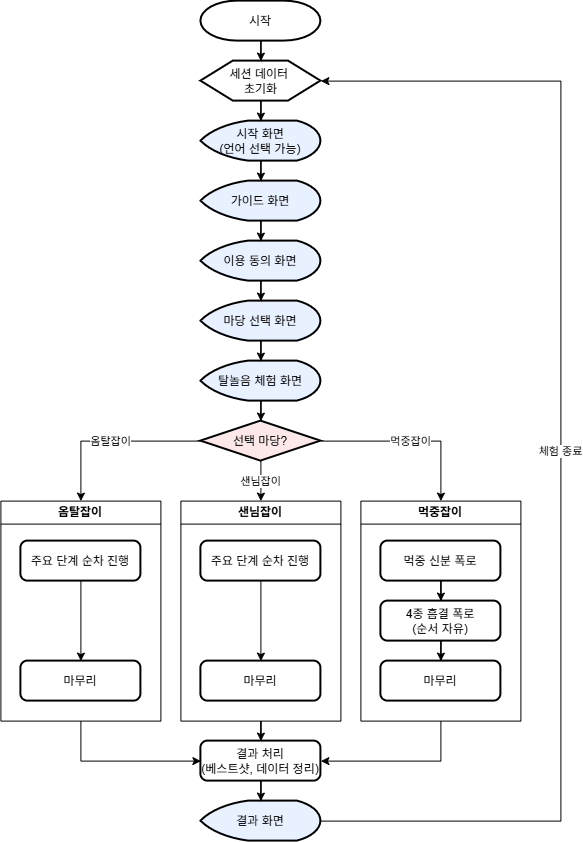
Earlier version of the draw.io export assets/시범콘텐츠/탈놀음/플로우.png (company-cellbig/kocca30). Source tidied: cells renumbered, new cells last; positions are measured from the earlier drawing's top-left corner, leaving out a move shared by most shapes.
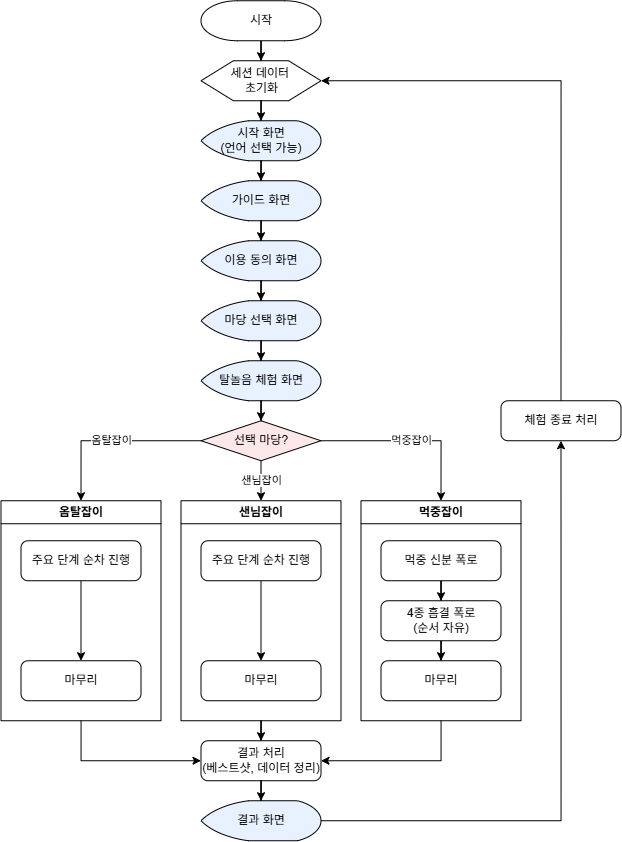
The same file after the commit.

Diff of the diagram source:
```diff
@@ -2,135 +2,140 @@
   <root>
     <mxCell id="0" />
     <mxCell id="1" parent="0" />
-    <mxCell id="2" value="세션 데이터&amp;nbsp;&lt;div&gt;초기화&lt;/div&gt;" style="verticalLabelPosition=middle;verticalAlign=middle;html=1;shape=hexagon;perimeter=hexagonPerimeter2;arcSize=6;size=0.27;labelPosition=center;align=center;strokeWidth=2;" parent="1" vertex="1">
+    <mxCell id="2" value="세션 데이터&amp;nbsp;&lt;div&gt;초기화&lt;/div&gt;" style="verticalLabelPosition=middle;verticalAlign=middle;html=1;shape=hexagon;perimeter=hexagonPerimeter2;arcSize=6;size=0.27;labelPosition=center;align=center;strokeWidth=1;" parent="1" vertex="1">
       <mxGeometry x="200" y="60" width="120" height="40" as="geometry" />
     </mxCell>
-    <mxCell id="3" style="edgeStyle=orthogonalEdgeStyle;rounded=0;jettySize=auto;html=1;entryX=0.5;entryY=0;entryDx=0;entryDy=0;" parent="1" edge="1" source="4" target="2">
+    <mxCell id="3" style="edgeStyle=orthogonalEdgeStyle;rounded=0;jettySize=auto;html=1;entryX=0.5;entryY=0;entryDx=0;entryDy=0;strokeWidth=1;" parent="1" edge="1" source="4" target="2">
       <mxGeometry relative="1" as="geometry" />
     </mxCell>
-    <mxCell id="4" value="시작" style="strokeWidth=2;html=1;shape=mxgraph.flowchart.terminator;whiteSpace=wrap;" parent="1" vertex="1">
+    <mxCell id="4" value="시작" style="strokeWidth=1;html=1;shape=mxgraph.flowchart.terminator;whiteSpace=wrap;" parent="1" vertex="1">
       <mxGeometry x="200" width="120" height="40" as="geometry" />
     </mxCell>
-    <mxCell id="5" value="시작 화면&lt;div&gt;(언어 선택 가능)&lt;/div&gt;" style="strokeWidth=2;html=1;shape=mxgraph.flowchart.display;whiteSpace=wrap;fillColor=#E8F1FF;" parent="1" vertex="1">
+    <mxCell id="5" value="시작 화면&lt;div&gt;(언어 선택 가능)&lt;/div&gt;" style="strokeWidth=1;html=1;shape=mxgraph.flowchart.display;whiteSpace=wrap;fillColor=#E8F1FF;" parent="1" vertex="1">
       <mxGeometry x="200" y="120" width="120" height="40" as="geometry" />
     </mxCell>
-    <mxCell id="6" style="edgeStyle=orthogonalEdgeStyle;rounded=0;jettySize=auto;html=1;entryX=0.5;entryY=0;entryDx=0;entryDy=0;entryPerimeter=0;" parent="1" edge="1" source="2" target="5">
+    <mxCell id="6" style="edgeStyle=orthogonalEdgeStyle;rounded=0;jettySize=auto;html=1;entryX=0.5;entryY=0;entryDx=0;entryDy=0;entryPerimeter=0;strokeWidth=1;" parent="1" edge="1" source="2" target="5">
       <mxGeometry relative="1" as="geometry" />
     </mxCell>
-    <mxCell id="7" value="가이드 화면" style="strokeWidth=2;html=1;shape=mxgraph.flowchart.display;whiteSpace=wrap;fillColor=#E8F1FF;" parent="1" vertex="1">
+    <mxCell id="7" value="가이드 화면" style="strokeWidth=1;html=1;shape=mxgraph.flowchart.display;whiteSpace=wrap;fillColor=#E8F1FF;" parent="1" vertex="1">
       <mxGeometry x="200" y="180" width="120" height="40" as="geometry" />
     </mxCell>
-    <mxCell id="8" value="이용 동의 화면" style="strokeWidth=2;html=1;shape=mxgraph.flowchart.display;whiteSpace=wrap;fillColor=#E8F1FF;" parent="1" vertex="1">
+    <mxCell id="8" value="이용 동의 화면" style="strokeWidth=1;html=1;shape=mxgraph.flowchart.display;whiteSpace=wrap;fillColor=#E8F1FF;" parent="1" vertex="1">
       <mxGeometry x="200" y="240" width="120" height="40" as="geometry" />
     </mxCell>
-    <mxCell id="9" value="마당 선택 화면" style="strokeWidth=2;html=1;shape=mxgraph.flowchart.display;whiteSpace=wrap;fillColor=#E8F1FF;" parent="1" vertex="1">
+    <mxCell id="9" value="마당 선택 화면" style="strokeWidth=1;html=1;shape=mxgraph.flowchart.display;whiteSpace=wrap;fillColor=#E8F1FF;" parent="1" vertex="1">
       <mxGeometry x="200" y="300" width="120" height="40" as="geometry" />
     </mxCell>
+    <mxCell id="41" style="edgeStyle=orthogonalEdgeStyle;rounded=0;jettySize=auto;html=1;entryX=0.5;entryY=1;entryDx=0;entryDy=0;strokeWidth=1;" parent="1" edge="1" source="10" target="43">
+      <mxGeometry relative="1" as="geometry" />
+    </mxCell>
-    <mxCell id="10" value="결과 화면" style="strokeWidth=2;html=1;shape=mxgraph.flowchart.display;whiteSpace=wrap;fillColor=#E8F1FF;" parent="1" vertex="1">
+    <mxCell id="10" value="결과 화면" style="strokeWidth=1;html=1;shape=mxgraph.flowchart.display;whiteSpace=wrap;fillColor=#E8F1FF;" parent="1" vertex="1">
       <mxGeometry x="200" y="800" width="120" height="40" as="geometry" />
     </mxCell>
-    <mxCell id="11" value="옴탈잡이" style="edgeStyle=orthogonalEdgeStyle;rounded=0;jettySize=auto;html=1;entryX=0.5;entryY=0;entryDx=0;entryDy=0;" parent="1" edge="1" source="14" target="20">
+    <mxCell id="11" value="옴탈잡이" style="edgeStyle=orthogonalEdgeStyle;rounded=0;jettySize=auto;html=1;entryX=0.5;entryY=0;entryDx=0;entryDy=0;strokeWidth=1;" parent="1" edge="1" source="14" target="20">
       <mxGeometry relative="1" as="geometry" />
     </mxCell>
-    <mxCell id="12" value="샌님잡이" style="edgeStyle=orthogonalEdgeStyle;rounded=0;jettySize=auto;html=1;entryX=0.5;entryY=0;entryDx=0;entryDy=0;" parent="1" edge="1" source="14" target="25">
+    <mxCell id="12" value="샌님잡이" style="edgeStyle=orthogonalEdgeStyle;rounded=0;jettySize=auto;html=1;entryX=0.5;entryY=0;entryDx=0;entryDy=0;strokeWidth=1;" parent="1" edge="1" source="14" target="25">
       <mxGeometry relative="1" as="geometry" />
     </mxCell>
-    <mxCell id="13" value="먹중잡이" style="edgeStyle=orthogonalEdgeStyle;rounded=0;jettySize=auto;html=1;entryX=0.5;entryY=0;entryDx=0;entryDy=0;" parent="1" edge="1" source="14" target="30">
+    <mxCell id="13" value="먹중잡이" style="edgeStyle=orthogonalEdgeStyle;rounded=0;jettySize=auto;html=1;entryX=0.5;entryY=0;entryDx=0;entryDy=0;strokeWidth=1;" parent="1" edge="1" source="14" target="30">
       <mxGeometry relative="1" as="geometry" />
     </mxCell>
-    <mxCell id="14" value="선택 마당?" style="strokeWidth=2;html=1;shape=mxgraph.flowchart.decision;whiteSpace=wrap;fillColor=#FCE8E8;" parent="1" vertex="1">
+    <mxCell id="14" value="선택 마당?" style="strokeWidth=1;html=1;shape=mxgraph.flowchart.decision;whiteSpace=wrap;fillColor=#FCE8E8;" parent="1" vertex="1">
       <mxGeometry x="200" y="420" width="120" height="40" as="geometry" />
     </mxCell>
-    <mxCell id="15" value="체험 종료" style="edgeStyle=orthogonalEdgeStyle;rounded=0;jettySize=auto;html=1;entryX=1;entryY=0.5;entryDx=0;entryDy=0;exitX=1;exitY=0.5;exitDx=0;exitDy=0;exitPerimeter=0;" parent="1" edge="1" source="10" target="2">
-      <mxGeometry relative="1" as="geometry">
-        <Array as="points">
-          <mxPoint x="560" y="820" />
-          <mxPoint x="560" y="80" />
-        </Array>
-      </mxGeometry>
-    </mxCell>
-    <mxCell id="16" style="edgeStyle=orthogonalEdgeStyle;rounded=0;jettySize=auto;html=1;entryX=0.5;entryY=0;entryDx=0;entryDy=0;entryPerimeter=0;" parent="1" edge="1" source="5" target="7">
+    <mxCell id="16" style="edgeStyle=orthogonalEdgeStyle;rounded=0;jettySize=auto;html=1;entryX=0.5;entryY=0;entryDx=0;entryDy=0;entryPerimeter=0;strokeWidth=1;" parent="1" edge="1" source="5" target="7">
       <mxGeometry relative="1" as="geometry" />
     </mxCell>
-    <mxCell id="17" style="edgeStyle=orthogonalEdgeStyle;rounded=0;jettySize=auto;html=1;entryX=0.5;entryY=0;entryDx=0;entryDy=0;entryPerimeter=0;" parent="1" edge="1" source="7" target="8">
+    <mxCell id="17" style="edgeStyle=orthogonalEdgeStyle;rounded=0;jettySize=auto;html=1;entryX=0.5;entryY=0;entryDx=0;entryDy=0;entryPerimeter=0;strokeWidth=1;" parent="1" edge="1" source="7" target="8">
       <mxGeometry relative="1" as="geometry" />
     </mxCell>
-    <mxCell id="18" style="edgeStyle=orthogonalEdgeStyle;rounded=0;jettySize=auto;html=1;entryX=0.5;entryY=0;entryDx=0;entryDy=0;entryPerimeter=0;" parent="1" edge="1" source="8" target="9">
+    <mxCell id="18" style="edgeStyle=orthogonalEdgeStyle;rounded=0;jettySize=auto;html=1;entryX=0.5;entryY=0;entryDx=0;entryDy=0;entryPerimeter=0;strokeWidth=1;" parent="1" edge="1" source="8" target="9">
       <mxGeometry relative="1" as="geometry" />
     </mxCell>
-    <mxCell id="19" style="edgeStyle=orthogonalEdgeStyle;rounded=0;jettySize=auto;html=1;entryX=0;entryY=0.5;entryDx=0;entryDy=0;" parent="1" edge="1" source="20" target="36">
+    <mxCell id="19" style="edgeStyle=orthogonalEdgeStyle;rounded=0;jettySize=auto;html=1;entryX=0;entryY=0.5;entryDx=0;entryDy=0;strokeWidth=1;" parent="1" edge="1" source="20" target="36">
       <mxGeometry relative="1" as="geometry">
         <Array as="points">
           <mxPoint x="80" y="720" />
         </Array>
       </mxGeometry>
     </mxCell>
-    <mxCell id="20" value="옴탈잡이" style="swimlane;whiteSpace=wrap;html=1;" parent="1" vertex="1">
+    <mxCell id="20" value="옴탈잡이" style="swimlane;whiteSpace=wrap;html=1;strokeWidth=1;" parent="1" vertex="1">
       <mxGeometry y="500" width="160" height="220" as="geometry" />
     </mxCell>
-    <mxCell id="21" value="마무리" style="rounded=1;whiteSpace=wrap;html=1;absoluteArcSize=1;arcSize=14;strokeWidth=2;" parent="20" vertex="1">
+    <mxCell id="21" value="마무리" style="rounded=1;whiteSpace=wrap;html=1;absoluteArcSize=1;arcSize=14;strokeWidth=1;" parent="20" vertex="1">
       <mxGeometry x="20" y="160" width="120" height="40" as="geometry" />
     </mxCell>
-    <mxCell id="22" style="edgeStyle=orthogonalEdgeStyle;rounded=0;jettySize=auto;html=1;entryX=0.5;entryY=0;entryDx=0;entryDy=0;" parent="20" edge="1" source="23" target="21">
+    <mxCell id="22" style="edgeStyle=orthogonalEdgeStyle;rounded=0;jettySize=auto;html=1;entryX=0.5;entryY=0;entryDx=0;entryDy=0;strokeWidth=1;" parent="20" edge="1" source="23" target="21">
       <mxGeometry relative="1" as="geometry" />
     </mxCell>
-    <mxCell id="23" value="주요 단계 순차 진행" style="rounded=1;whiteSpace=wrap;html=1;absoluteArcSize=1;arcSize=14;strokeWidth=2;" parent="20" vertex="1">
+    <mxCell id="23" value="주요 단계 순차 진행" style="rounded=1;whiteSpace=wrap;html=1;absoluteArcSize=1;arcSize=14;strokeWidth=1;" parent="20" vertex="1">
       <mxGeometry x="20" y="40" width="120" height="40" as="geometry" />
     </mxCell>
-    <mxCell id="24" style="edgeStyle=orthogonalEdgeStyle;rounded=0;jettySize=auto;html=1;entryX=0.5;entryY=0;entryDx=0;entryDy=0;" parent="1" edge="1" source="25" target="36">
+    <mxCell id="24" style="edgeStyle=orthogonalEdgeStyle;rounded=0;jettySize=auto;html=1;entryX=0.5;entryY=0;entryDx=0;entryDy=0;strokeWidth=1;" parent="1" edge="1" source="25" target="36">
       <mxGeometry relative="1" as="geometry" />
     </mxCell>
-    <mxCell id="25" value="샌님잡이" style="swimlane;whiteSpace=wrap;html=1;" parent="1" vertex="1">
+    <mxCell id="25" value="샌님잡이" style="swimlane;whiteSpace=wrap;html=1;strokeWidth=1;" parent="1" vertex="1">
       <mxGeometry x="180" y="500" width="160" height="220" as="geometry" />
     </mxCell>
-    <mxCell id="26" value="마무리" style="rounded=1;whiteSpace=wrap;html=1;absoluteArcSize=1;arcSize=14;strokeWidth=2;" parent="25" vertex="1">
+    <mxCell id="26" value="마무리" style="rounded=1;whiteSpace=wrap;html=1;absoluteArcSize=1;arcSize=14;strokeWidth=1;" parent="25" vertex="1">
       <mxGeometry x="20" y="160" width="120" height="40" as="geometry" />
     </mxCell>
-    <mxCell id="27" style="edgeStyle=orthogonalEdgeStyle;rounded=0;jettySize=auto;html=1;entryX=0.5;entryY=0;entryDx=0;entryDy=0;" parent="25" edge="1" source="28" target="26">
+    <mxCell id="27" style="edgeStyle=orthogonalEdgeStyle;rounded=0;jettySize=auto;html=1;entryX=0.5;entryY=0;entryDx=0;entryDy=0;strokeWidth=1;" parent="25" edge="1" source="28" target="26">
       <mxGeometry relative="1" as="geometry" />
     </mxCell>
-    <mxCell id="28" value="주요 단계 순차 진행" style="rounded=1;whiteSpace=wrap;html=1;absoluteArcSize=1;arcSize=14;strokeWidth=2;" parent="25" vertex="1">
+    <mxCell id="28" value="주요 단계 순차 진행" style="rounded=1;whiteSpace=wrap;html=1;absoluteArcSize=1;arcSize=14;strokeWidth=1;" parent="25" vertex="1">
       <mxGeometry x="20" y="40" width="120" height="40" as="geometry" />
     </mxCell>
-    <mxCell id="29" style="edgeStyle=orthogonalEdgeStyle;rounded=0;jettySize=auto;html=1;entryX=1;entryY=0.5;entryDx=0;entryDy=0;" parent="1" edge="1" source="30" target="36">
+    <mxCell id="29" style="edgeStyle=orthogonalEdgeStyle;rounded=0;jettySize=auto;html=1;entryX=1;entryY=0.5;entryDx=0;entryDy=0;strokeWidth=1;" parent="1" edge="1" source="30" target="36">
       <mxGeometry relative="1" as="geometry">
         <Array as="points">
           <mxPoint x="440" y="720" />
         </Array>
       </mxGeometry>
     </mxCell>
-    <mxCell id="30" value="먹중잡이" style="swimlane;whiteSpace=wrap;html=1;" parent="1" vertex="1">
+    <mxCell id="30" value="먹중잡이" style="swimlane;whiteSpace=wrap;html=1;strokeWidth=1;" parent="1" vertex="1">
       <mxGeometry x="360" y="500" width="160" height="220" as="geometry" />
     </mxCell>
-    <mxCell id="31" style="edgeStyle=orthogonalEdgeStyle;rounded=0;jettySize=auto;html=1;entryX=0.5;entryY=0;entryDx=0;entryDy=0;" parent="30" edge="1" source="32" target="34">
+    <mxCell id="31" style="edgeStyle=orthogonalEdgeStyle;rounded=0;jettySize=auto;html=1;entryX=0.5;entryY=0;entryDx=0;entryDy=0;strokeWidth=1;" parent="30" edge="1" source="32" target="34">
       <mxGeometry relative="1" as="geometry" />
     </mxCell>
-    <mxCell id="32" value="먹중 신분 폭로" style="rounded=1;whiteSpace=wrap;html=1;absoluteArcSize=1;arcSize=14;strokeWidth=2;" parent="30" vertex="1">
+    <mxCell id="32" value="먹중 신분 폭로" style="rounded=1;whiteSpace=wrap;html=1;absoluteArcSize=1;arcSize=14;strokeWidth=1;" parent="30" vertex="1">
       <mxGeometry x="20" y="40" width="120" height="40" as="geometry" />
     </mxCell>
-    <mxCell id="33" style="edgeStyle=orthogonalEdgeStyle;rounded=0;jettySize=auto;html=1;entryX=0.5;entryY=0;entryDx=0;entryDy=0;" parent="30" edge="1" source="34" target="35">
+    <mxCell id="33" style="edgeStyle=orthogonalEdgeStyle;rounded=0;jettySize=auto;html=1;entryX=0.5;entryY=0;entryDx=0;entryDy=0;strokeWidth=1;" parent="30" edge="1" source="34" target="35">
       <mxGeometry relative="1" as="geometry" />
     </mxCell>
-    <mxCell id="34" value="4종 흠결 폭로&lt;div&gt;(순서 자유)&lt;/div&gt;" style="rounded=1;whiteSpace=wrap;html=1;absoluteArcSize=1;arcSize=14;strokeWidth=2;" parent="30" vertex="1">
+    <mxCell id="34" value="4종 흠결 폭로&lt;div&gt;(순서 자유)&lt;/div&gt;" style="rounded=1;whiteSpace=wrap;html=1;absoluteArcSize=1;arcSize=14;strokeWidth=1;" parent="30" vertex="1">
       <mxGeometry x="20" y="100" width="120" height="40" as="geometry" />
     </mxCell>
-    <mxCell id="35" value="마무리" style="rounded=1;whiteSpace=wrap;html=1;absoluteArcSize=1;arcSize=14;strokeWidth=2;" parent="30" vertex="1">
+    <mxCell id="35" value="마무리" style="rounded=1;whiteSpace=wrap;html=1;absoluteArcSize=1;arcSize=14;strokeWidth=1;" parent="30" vertex="1">
       <mxGeometry x="20" y="160" width="120" height="40" as="geometry" />
     </mxCell>
-    <mxCell id="36" value="결과 처리&lt;div&gt;(베스트샷, 데이터 정리)&lt;/div&gt;" style="rounded=1;whiteSpace=wrap;html=1;absoluteArcSize=1;arcSize=14;strokeWidth=2;" parent="1" vertex="1">
+    <mxCell id="36" value="결과 처리&lt;div&gt;(베스트샷, 데이터 정리)&lt;/div&gt;" style="rounded=1;whiteSpace=wrap;html=1;absoluteArcSize=1;arcSize=14;strokeWidth=1;" parent="1" vertex="1">
       <mxGeometry x="200" y="740" width="120" height="40" as="geometry" />
     </mxCell>
-    <mxCell id="37" style="edgeStyle=orthogonalEdgeStyle;rounded=0;jettySize=auto;html=1;entryX=0.5;entryY=0;entryDx=0;entryDy=0;entryPerimeter=0;" parent="1" edge="1" source="36" target="10">
+    <mxCell id="37" style="edgeStyle=orthogonalEdgeStyle;rounded=0;jettySize=auto;html=1;entryX=0.5;entryY=0;entryDx=0;entryDy=0;entryPerimeter=0;strokeWidth=1;" parent="1" edge="1" source="36" target="10">
       <mxGeometry relative="1" as="geometry" />
     </mxCell>
-    <mxCell id="38" value="탈놀음 체험 화면" style="strokeWidth=2;html=1;shape=mxgraph.flowchart.display;whiteSpace=wrap;fillColor=#E8F1FF;" parent="1" vertex="1">
+    <mxCell id="38" value="탈놀음 체험 화면" style="strokeWidth=1;html=1;shape=mxgraph.flowchart.display;whiteSpace=wrap;fillColor=#E8F1FF;" parent="1" vertex="1">
       <mxGeometry x="200" y="360" width="120" height="40" as="geometry" />
     </mxCell>
-    <mxCell id="39" style="edgeStyle=orthogonalEdgeStyle;rounded=0;jettySize=auto;html=1;entryX=0.5;entryY=0;entryDx=0;entryDy=0;entryPerimeter=0;" parent="1" edge="1" source="9" target="38">
+    <mxCell id="39" style="edgeStyle=orthogonalEdgeStyle;rounded=0;jettySize=auto;html=1;entryX=0.5;entryY=0;entryDx=0;entryDy=0;entryPerimeter=0;strokeWidth=1;" parent="1" edge="1" source="9" target="38">
       <mxGeometry relative="1" as="geometry" />
     </mxCell>
-    <mxCell id="40" style="edgeStyle=orthogonalEdgeStyle;rounded=0;jettySize=auto;html=1;entryX=0.5;entryY=0;entryDx=0;entryDy=0;entryPerimeter=0;" parent="1" edge="1" source="38" target="14">
+    <mxCell id="40" style="edgeStyle=orthogonalEdgeStyle;rounded=0;jettySize=auto;html=1;entryX=0.5;entryY=0;entryDx=0;entryDy=0;entryPerimeter=0;strokeWidth=1;" parent="1" edge="1" source="38" target="14">
       <mxGeometry relative="1" as="geometry" />
     </mxCell>
+    <mxCell id="42" style="edgeStyle=orthogonalEdgeStyle;rounded=0;jettySize=auto;html=1;entryX=1;entryY=0.5;entryDx=0;entryDy=0;exitX=0.5;exitY=0;exitDx=0;exitDy=0;strokeWidth=1;" parent="1" edge="1" source="43" target="2">
+      <mxGeometry relative="1" as="geometry">
+        <Array as="points">
+          <mxPoint x="560.1" y="80" />
+        </Array>
+      </mxGeometry>
+    </mxCell>
+    <mxCell id="43" value="체험 종료 처리" style="rounded=1;whiteSpace=wrap;html=1;absoluteArcSize=1;arcSize=14;strokeWidth=1;" parent="1" vertex="1">
+      <mxGeometry x="500" y="400" width="120" height="40" as="geometry" />
+    </mxCell>
   </root>
 </mxGraphModel>
```
